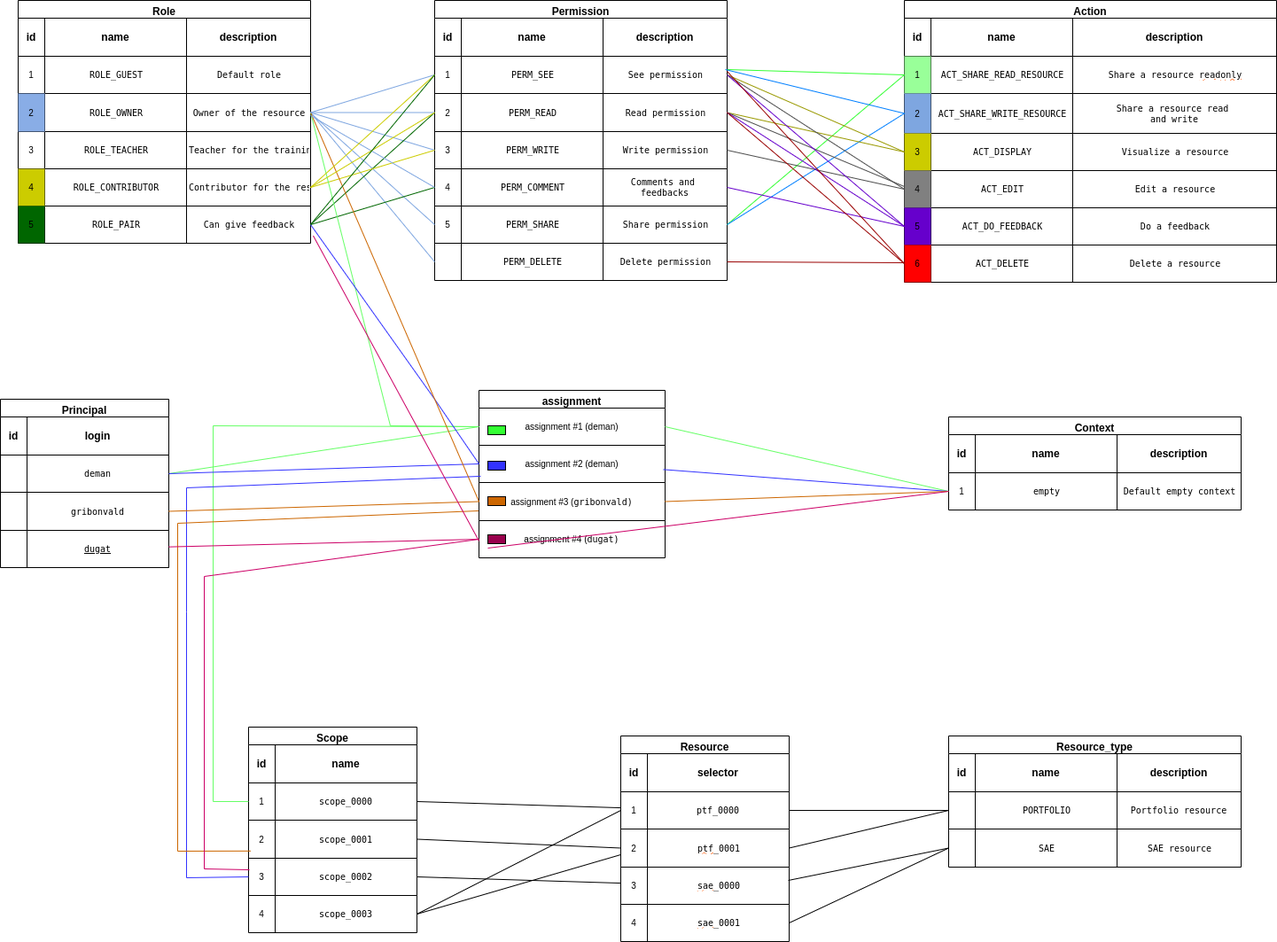
Above: assets/images/access_control_fixtures.png in avenirs-esr/dev-doc (draw.io), before the change. Source tidied: cells renumbered, new cells last; positions are measured from the earlier drawing's top-left corner, leaving out a move shared by most shapes.
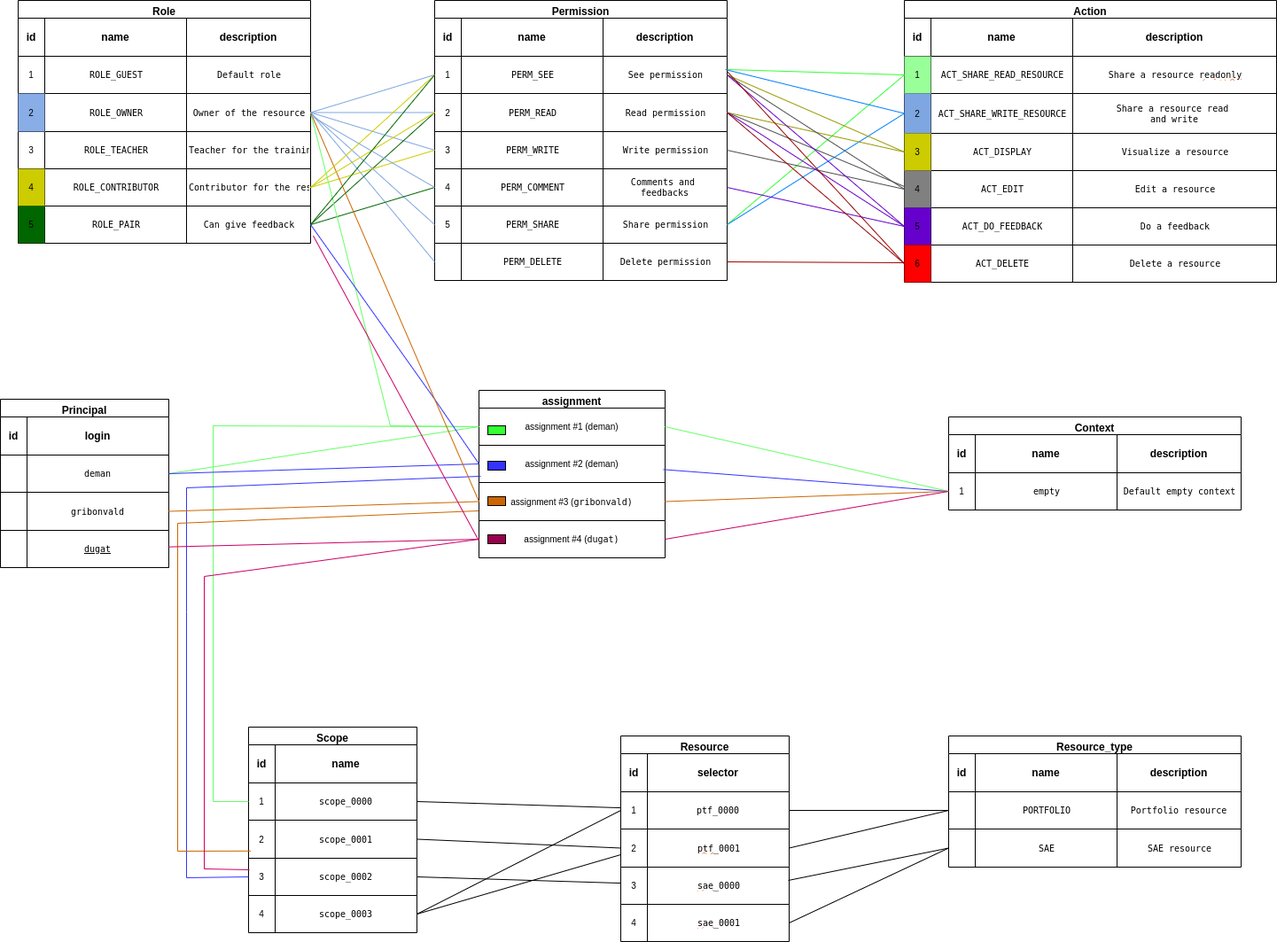
The same file after the commit.

Commit message:
fix: invalid link in fixtures diagram

The edit, as a diff of the source:
```diff
@@ -701,10 +701,8 @@
     <mxCell id="221" style="endArrow=none;html=1;rounded=0;exitX=1;exitY=0.5;exitDx=0;exitDy=0;entryX=0;entryY=0.5;entryDx=0;entryDy=0;fontColor=#66FF66;strokeColor=#CC6600;" parent="1" edge="1" source="188" target="164">
       <mxGeometry relative="1" as="geometry" />
     </mxCell>
-    <mxCell id="222" style="endArrow=none;html=1;rounded=0;exitX=0;exitY=0.5;exitDx=0;exitDy=0;fontColor=#66FF66;strokeColor=#CC0066;entryX=0;entryY=0.5;entryDx=0;entryDy=0;" parent="1" edge="1" target="164">
-      <mxGeometry relative="1" as="geometry">
-        <mxPoint x="550" y="618" as="sourcePoint" />
-      </mxGeometry>
+    <mxCell id="222" style="endArrow=none;html=1;rounded=0;exitX=1;exitY=0.5;exitDx=0;exitDy=0;fontColor=#66FF66;strokeColor=#CC0066;entryX=0;entryY=0.5;entryDx=0;entryDy=0;" parent="1" edge="1" source="190" target="164">
+      <mxGeometry relative="1" as="geometry" />
     </mxCell>
     <mxCell id="223" style="endArrow=none;html=1;rounded=0;entryX=1;entryY=0.5;entryDx=0;entryDy=0;exitX=0;exitY=0.5;exitDx=0;exitDy=0;strokeColor=#cccc00;" parent="1" edge="1" source="34" target="20">
       <mxGeometry relative="1" as="geometry" />
```
